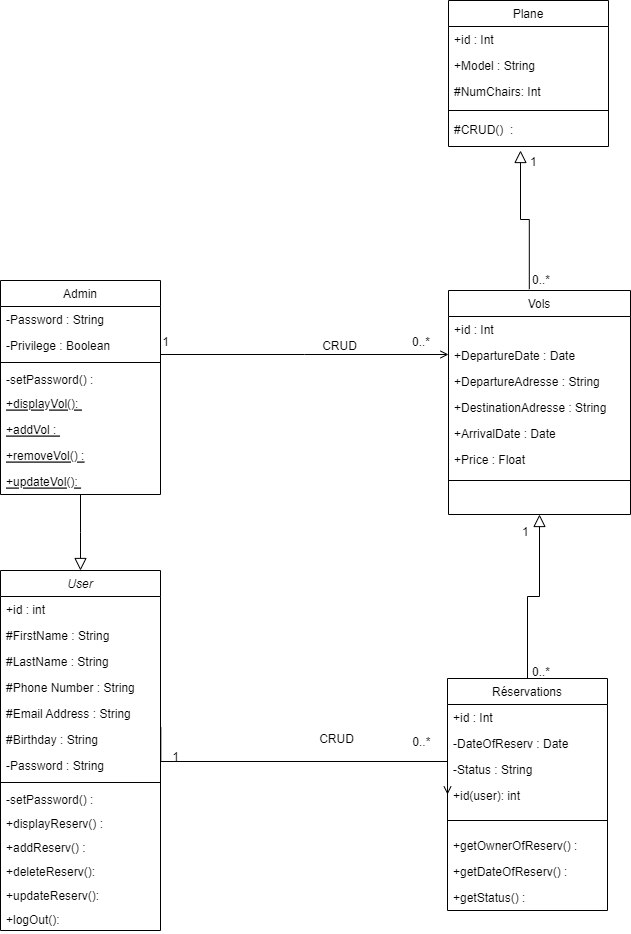
Earlier version of the draw.io export UML Conception/class diagram.png (mehdilagdimi/Flight-Resevation-Platform). Source tidied: cells renumbered, new cells last; positions are measured from the earlier drawing's top-left corner, leaving out a move shared by most shapes.
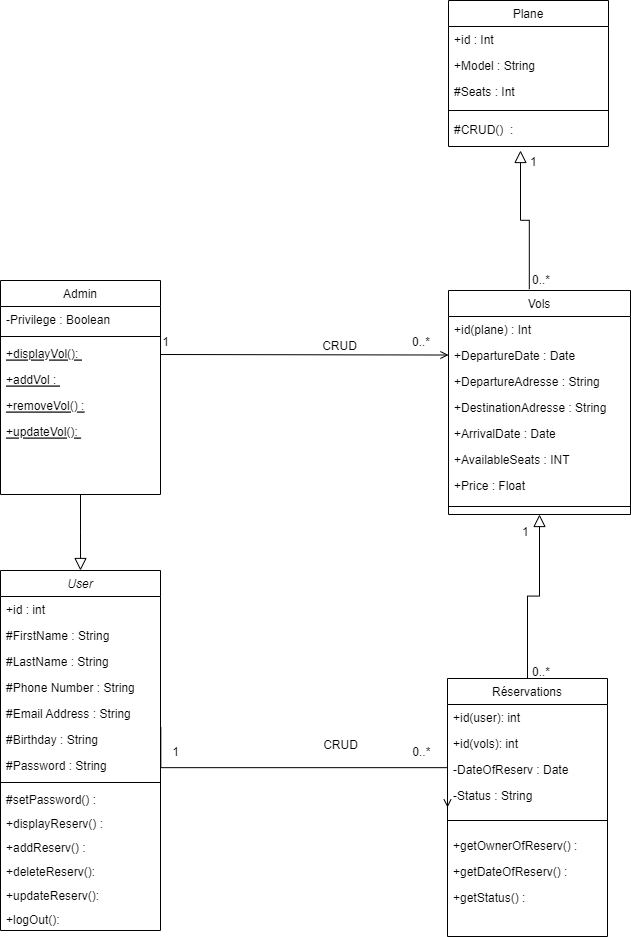
After the change.

Commit message:
modifed UML diagram

Change to the diagram source:
```diff
@@ -23,13 +23,13 @@
     <mxCell id="8" value="#Birthday : String" style="text;align=left;verticalAlign=top;spacingLeft=4;spacingRight=4;overflow=hidden;rounded=0;shadow=0;html=0;" parent="2" vertex="1">
       <mxGeometry y="156" width="160" height="26" as="geometry" />
     </mxCell>
-    <mxCell id="9" value="-Password : String" style="text;align=left;verticalAlign=top;spacingLeft=4;spacingRight=4;overflow=hidden;rounded=0;shadow=0;html=0;" parent="2" vertex="1">
+    <mxCell id="9" value="#Password : String" style="text;align=left;verticalAlign=top;spacingLeft=4;spacingRight=4;overflow=hidden;rounded=0;shadow=0;html=0;" parent="2" vertex="1">
       <mxGeometry y="182" width="160" height="26" as="geometry" />
     </mxCell>
     <mxCell id="10" style="line;html=1;strokeWidth=1;align=left;verticalAlign=middle;spacingTop=-1;spacingLeft=3;spacingRight=3;labelPosition=right;" parent="2" vertex="1">
       <mxGeometry y="208" width="160" height="8" as="geometry" />
     </mxCell>
-    <mxCell id="11" value="-setPassword() : " style="text;align=left;verticalAlign=top;spacingLeft=4;spacingRight=4;overflow=hidden;" parent="2" vertex="1">
+    <mxCell id="11" value="#setPassword() : " style="text;align=left;verticalAlign=top;spacingLeft=4;spacingRight=4;overflow=hidden;" parent="2" vertex="1">
       <mxGeometry y="216" width="160" height="24" as="geometry" />
     </mxCell>
     <mxCell id="12" value="+displayReserv() : " style="text;align=left;verticalAlign=top;spacingLeft=4;spacingRight=4;overflow=hidden;" parent="2" vertex="1">
@@ -50,48 +50,42 @@
     <mxCell id="17" value="Admin" style="swimlane;fontStyle=0;align=center;verticalAlign=top;horizontal=1;startSize=26;rounded=0;shadow=0;strokeWidth=1;" parent="1" vertex="1">
       <mxGeometry y="280" width="160" height="214" as="geometry" />
     </mxCell>
-    <mxCell id="18" value="-Password : String" style="text;align=left;verticalAlign=top;spacingLeft=4;spacingRight=4;overflow=hidden;rounded=0;shadow=0;html=0;" parent="17" vertex="1">
-      <mxGeometry y="26" width="160" height="26" as="geometry" />
-    </mxCell>
     <mxCell id="19" value="-Privilege : Boolean" style="text;align=left;verticalAlign=top;spacingLeft=4;spacingRight=4;overflow=hidden;rounded=0;shadow=0;html=0;" parent="17" vertex="1">
-      <mxGeometry y="52" width="160" height="26" as="geometry" />
+      <mxGeometry y="26" width="160" height="26" as="geometry" />
     </mxCell>
     <mxCell id="20" style="line;html=1;strokeWidth=1;align=left;verticalAlign=middle;spacingTop=-1;spacingLeft=3;spacingRight=3;labelPosition=right;" parent="17" vertex="1">
-      <mxGeometry y="78" width="160" height="8" as="geometry" />
+      <mxGeometry y="52" width="160" height="8" as="geometry" />
     </mxCell>
-    <mxCell id="21" value="-setPassword() : " style="text;align=left;verticalAlign=top;spacingLeft=4;spacingRight=4;overflow=hidden;" parent="17" vertex="1">
-      <mxGeometry y="86" width="160" height="24" as="geometry" />
-    </mxCell>
     <mxCell id="22" value="+displayVol(): " style="text;align=left;verticalAlign=top;spacingLeft=4;spacingRight=4;overflow=hidden;fontStyle=4;" parent="17" vertex="1">
-      <mxGeometry y="110" width="160" height="26" as="geometry" />
+      <mxGeometry y="60" width="160" height="26" as="geometry" />
     </mxCell>
     <mxCell id="23" value="+addVol : " style="text;align=left;verticalAlign=top;spacingLeft=4;spacingRight=4;overflow=hidden;fontStyle=4;" parent="17" vertex="1">
-      <mxGeometry y="136" width="160" height="26" as="geometry" />
+      <mxGeometry y="86" width="160" height="26" as="geometry" />
     </mxCell>
     <mxCell id="24" value="+removeVol() :" style="text;align=left;verticalAlign=top;spacingLeft=4;spacingRight=4;overflow=hidden;fontStyle=4;" parent="17" vertex="1">
-      <mxGeometry y="162" width="160" height="26" as="geometry" />
+      <mxGeometry y="112" width="160" height="26" as="geometry" />
     </mxCell>
     <mxCell id="25" value="+updateVol(): " style="text;align=left;verticalAlign=top;spacingLeft=4;spacingRight=4;overflow=hidden;fontStyle=4;" parent="17" vertex="1">
-      <mxGeometry y="188" width="160" height="26" as="geometry" />
+      <mxGeometry y="138" width="160" height="26" as="geometry" />
     </mxCell>
     <mxCell id="26" style="endArrow=block;endSize=10;endFill=0;shadow=0;strokeWidth=1;rounded=0;edgeStyle=elbowEdgeStyle;elbow=vertical;" parent="1" edge="1" source="17" target="2">
       <mxGeometry relative="1" as="geometry" />
     </mxCell>
     <mxCell id="27" value="Réservations" style="swimlane;fontStyle=0;align=center;verticalAlign=top;horizontal=1;startSize=26;rounded=0;shadow=0;strokeWidth=1;" parent="1" vertex="1">
-      <mxGeometry x="447" y="678" width="160" height="232" as="geometry" />
+      <mxGeometry x="447" y="678" width="160" height="258" as="geometry" />
     </mxCell>
-    <mxCell id="28" value="+id : Int" style="text;align=left;verticalAlign=top;spacingLeft=4;spacingRight=4;overflow=hidden;" parent="27" vertex="1">
-      <mxGeometry y="26" width="160" height="26" as="geometry" />
-    </mxCell>
+    <mxCell id="31" value="+id(user): int" style="text;align=left;verticalAlign=top;spacingLeft=4;spacingRight=4;overflow=hidden;" parent="27" vertex="1">
+      <mxGeometry y="26" width="160" height="26" as="geometry" />
+    </mxCell>
+    <mxCell id="64" value="+id(vols): int" style="text;align=left;verticalAlign=top;spacingLeft=4;spacingRight=4;overflow=hidden;" parent="27" vertex="1">
+      <mxGeometry y="52" width="160" height="26" as="geometry" />
+    </mxCell>
     <mxCell id="29" value="-DateOfReserv : Date" style="text;align=left;verticalAlign=top;spacingLeft=4;spacingRight=4;overflow=hidden;" parent="27" vertex="1">
-      <mxGeometry y="52" width="160" height="26" as="geometry" />
+      <mxGeometry y="78" width="160" height="26" as="geometry" />
     </mxCell>
     <mxCell id="30" value="-Status : String" style="text;align=left;verticalAlign=top;spacingLeft=4;spacingRight=4;overflow=hidden;" parent="27" vertex="1">
-      <mxGeometry y="78" width="160" height="26" as="geometry" />
+      <mxGeometry y="104" width="160" height="26" as="geometry" />
     </mxCell>
-    <mxCell id="31" value="+id(user): int" style="text;align=left;verticalAlign=top;spacingLeft=4;spacingRight=4;overflow=hidden;" parent="27" vertex="1">
-      <mxGeometry y="104" width="160" height="26" as="geometry" />
-    </mxCell>
     <mxCell id="32" style="line;html=1;strokeWidth=1;align=left;verticalAlign=middle;spacingTop=-1;spacingLeft=3;spacingRight=3;labelPosition=right;" parent="27" vertex="1">
       <mxGeometry y="130" width="160" height="24" as="geometry" />
     </mxCell>
@@ -107,7 +101,7 @@
     <mxCell id="36" value="Vols" style="swimlane;fontStyle=0;align=center;verticalAlign=top;horizontal=1;startSize=26;rounded=0;shadow=0;strokeWidth=1;" parent="1" vertex="1">
       <mxGeometry x="448" y="290" width="182" height="224" as="geometry" />
     </mxCell>
-    <mxCell id="37" value="+id : Int" style="text;align=left;verticalAlign=top;spacingLeft=4;spacingRight=4;overflow=hidden;" parent="36" vertex="1">
+    <mxCell id="37" value="+id(plane) : Int" style="text;align=left;verticalAlign=top;spacingLeft=4;spacingRight=4;overflow=hidden;" parent="36" vertex="1">
       <mxGeometry y="26" width="182" height="26" as="geometry" />
     </mxCell>
     <mxCell id="38" value="+DepartureDate : Date" style="text;align=left;verticalAlign=top;spacingLeft=4;spacingRight=4;overflow=hidden;rounded=0;shadow=0;html=0;" parent="36" vertex="1">
@@ -122,11 +116,14 @@
     <mxCell id="41" value="+ArrivalDate : Date" style="text;align=left;verticalAlign=top;spacingLeft=4;spacingRight=4;overflow=hidden;rounded=0;shadow=0;html=0;" parent="36" vertex="1">
       <mxGeometry y="130" width="182" height="26" as="geometry" />
     </mxCell>
+    <mxCell id="65" value="+AvailableSeats : INT" style="text;align=left;verticalAlign=top;spacingLeft=4;spacingRight=4;overflow=hidden;rounded=0;shadow=0;html=0;" parent="36" vertex="1">
+      <mxGeometry y="156" width="182" height="26" as="geometry" />
+    </mxCell>
     <mxCell id="42" value="+Price : Float" style="text;align=left;verticalAlign=top;spacingLeft=4;spacingRight=4;overflow=hidden;rounded=0;shadow=0;html=0;" parent="36" vertex="1">
-      <mxGeometry y="156" width="182" height="30" as="geometry" />
+      <mxGeometry y="182" width="182" height="30" as="geometry" />
     </mxCell>
     <mxCell id="43" style="line;html=1;strokeWidth=1;align=left;verticalAlign=middle;spacingTop=-1;spacingLeft=3;spacingRight=3;labelPosition=right;" parent="36" vertex="1">
-      <mxGeometry y="186" width="182" height="8" as="geometry" />
+      <mxGeometry y="212" width="182" height="8" as="geometry" />
     </mxCell>
     <mxCell id="44" style="endArrow=open;shadow=0;strokeWidth=1;rounded=0;endFill=1;edgeStyle=elbowEdgeStyle;elbow=vertical;" parent="1" edge="1">
       <mxGeometry x="0.5" y="41" relative="1" as="geometry">
@@ -157,12 +154,12 @@
     </mxCell>
     <mxCell id="49" value="0..*" style="align=left;verticalAlign=bottom;labelBackgroundColor=none;fontSize=12;" parent="48" vertex="1">
       <mxGeometry x="-1" relative="1" as="geometry">
-        <mxPoint x="250" y="23" as="offset" />
+        <mxPoint x="250" y="33" as="offset" />
       </mxGeometry>
     </mxCell>
     <mxCell id="50" value="1" style="align=right;verticalAlign=bottom;labelBackgroundColor=none;fontSize=12;" parent="48" vertex="1">
       <mxGeometry x="1" relative="1" as="geometry">
-        <mxPoint x="-267" y="-29" as="offset" />
+        <mxPoint x="-267" y="-47" as="offset" />
       </mxGeometry>
     </mxCell>
     <mxCell id="51" value="CRUD" style="text;html=1;align=center;verticalAlign=middle;labelBackgroundColor=none;rounded=0;shadow=0;strokeWidth=1;fontSize=12;" parent="48" vertex="1">
@@ -188,7 +185,7 @@
     <mxCell id="57" value="+Model : String" style="text;align=left;verticalAlign=top;spacingLeft=4;spacingRight=4;overflow=hidden;" parent="55" vertex="1">
       <mxGeometry y="52" width="160" height="26" as="geometry" />
     </mxCell>
-    <mxCell id="58" value="#NumChairs: Int" style="text;align=left;verticalAlign=top;spacingLeft=4;spacingRight=4;overflow=hidden;" parent="55" vertex="1">
+    <mxCell id="58" value="#Seats : Int" style="text;align=left;verticalAlign=top;spacingLeft=4;spacingRight=4;overflow=hidden;" parent="55" vertex="1">
       <mxGeometry y="78" width="160" height="26" as="geometry" />
     </mxCell>
     <mxCell id="59" style="line;html=1;strokeWidth=1;align=left;verticalAlign=middle;spacingTop=-1;spacingLeft=3;spacingRight=3;labelPosition=right;" parent="55" vertex="1">
```
